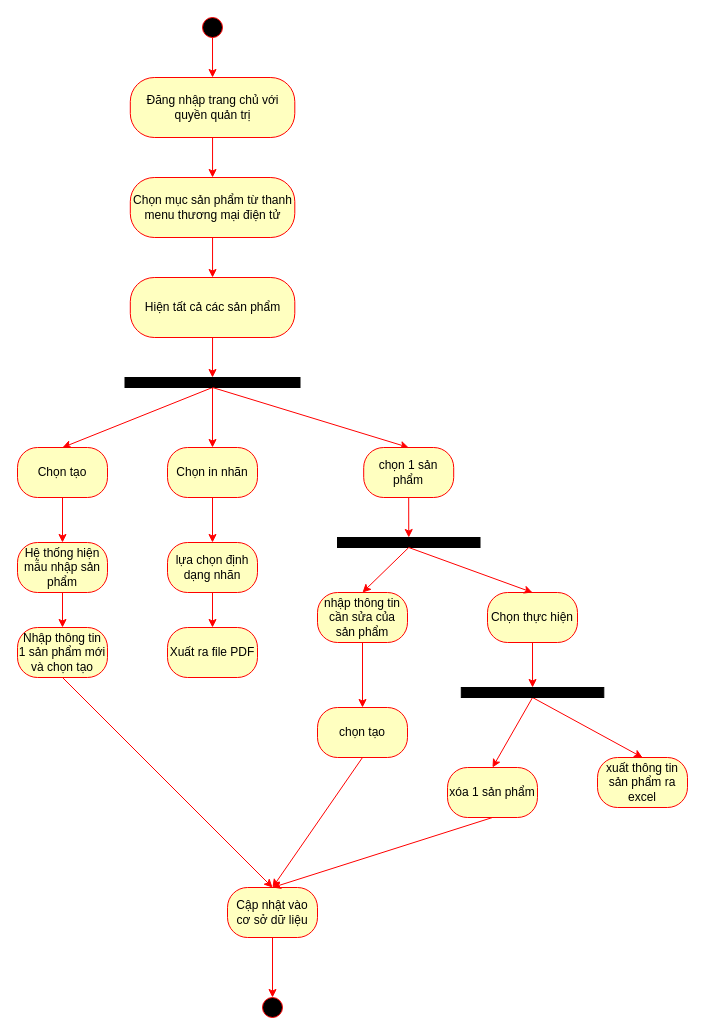
The draw.io diagram Nam3_HK1/CNPM_SoftTech/Activity Diagrams/Quân Huỳnh/AD_QuảnLýSảnPhẩm.drawio in EdgarIgnite16/SGU-Course, before the edit. Source tidied: cells renumbered, new cells numbered last; positions are measured from the earlier drawing's top-left corner, leaving out a move shared by most shapes. Both pictures are drawn from the tidied source at 100%, with x=0, y=0 at pixel (17, 17).
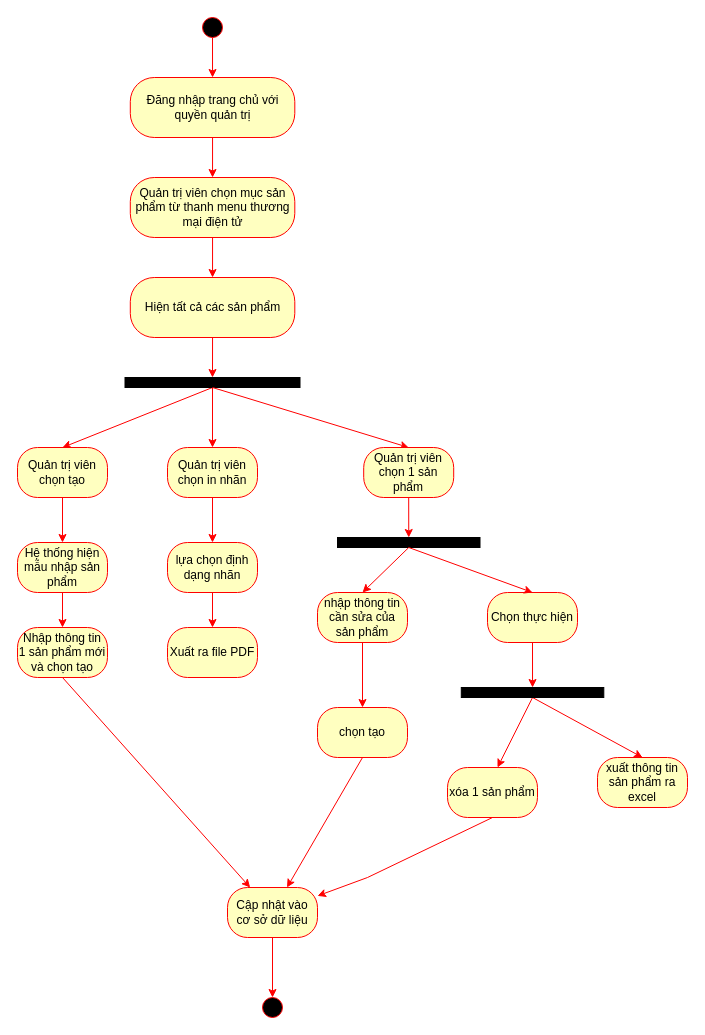
Above is the later version.

The change refers to these unchanged cells:
```xml
<mxCell id="18" value="Nhập thông tin 1 sản phẩm mới và chọn tạo" style="rounded=1;whiteSpace=wrap;html=1;arcSize=40;fontColor=#000000;fillColor=#ffffc0;strokeColor=#ff0000;" parent="1" vertex="1">
  <mxGeometry y="610" width="90" height="50" as="geometry" />
</mxCell>
<mxCell id="20" value="Cập nhật vào cơ sở dữ liệu" style="rounded=1;whiteSpace=wrap;html=1;arcSize=40;fontColor=#000000;fillColor=#ffffc0;strokeColor=#ff0000;" parent="1" vertex="1">
  <mxGeometry x="210" y="870" width="90" height="50" as="geometry" />
</mxCell>
<mxCell id="28" value="xóa 1 sản phẩm" style="rounded=1;whiteSpace=wrap;html=1;arcSize=40;fontColor=#000000;fillColor=#ffffc0;strokeColor=#ff0000;" parent="1" vertex="1">
  <mxGeometry x="430" y="750" width="90" height="50" as="geometry" />
</mxCell>
<mxCell id="32" style="rounded=0;whiteSpace=wrap;html=1;strokeColor=#000000;fontSize=10;fillColor=#000000;" parent="1" vertex="1">
  <mxGeometry x="443.8" y="670" width="142.5" height="10" as="geometry" />
</mxCell>
<mxCell id="41" value="chọn tạo" style="rounded=1;whiteSpace=wrap;html=1;arcSize=40;fontColor=#000000;fillColor=#ffffc0;strokeColor=#ff0000;" parent="1" vertex="1">
  <mxGeometry x="300" y="690" width="90" height="50" as="geometry" />
</mxCell>
```

Diff of the diagram source:
```diff
@@
-    <mxCell id="6" value="Chọn mục sản phẩm từ thanh menu thương mại điện tử" style="rounded=1;whiteSpace=wrap;html=1;arcSize=40;fontColor=#000000;fillColor=#ffffc0;strokeColor=#ff0000;" parent="1" vertex="1">
+    <mxCell id="6" value="Quản trị viên chọn mục sản phẩm từ thanh menu thương mại điện tử" style="rounded=1;whiteSpace=wrap;html=1;arcSize=40;fontColor=#000000;fillColor=#ffffc0;strokeColor=#ff0000;" parent="1" vertex="1">
       <mxGeometry x="112.8" y="160" width="164.5" height="60" as="geometry" />
     </mxCell>
@@
-    <mxCell id="11" value="Chọn tạo" style="rounded=1;whiteSpace=wrap;html=1;arcSize=40;fontColor=#000000;fillColor=#ffffc0;strokeColor=#ff0000;" parent="1" vertex="1">
+    <mxCell id="11" value="Quản trị viên chọn tạo" style="rounded=1;whiteSpace=wrap;html=1;arcSize=40;fontColor=#000000;fillColor=#ffffc0;strokeColor=#ff0000;" parent="1" vertex="1">
       <mxGeometry y="430" width="90" height="50" as="geometry" />
     </mxCell>
-    <mxCell id="12" value="Chọn in nhãn" style="rounded=1;whiteSpace=wrap;html=1;arcSize=40;fontColor=#000000;fillColor=#ffffc0;strokeColor=#ff0000;" parent="1" vertex="1">
+    <mxCell id="12" value="Quản trị viên chọn in nhãn" style="rounded=1;whiteSpace=wrap;html=1;arcSize=40;fontColor=#000000;fillColor=#ffffc0;strokeColor=#ff0000;" parent="1" vertex="1">
       <mxGeometry x="150" y="430" width="90" height="50" as="geometry" />
     </mxCell>
@@
-    <mxCell id="19" style="endArrow=classic;html=1;rounded=0;strokeColor=#FF0000;fontSize=10;exitX=0.5;exitY=1;exitDx=0;exitDy=0;entryX=0.5;entryY=0;entryDx=0;entryDy=0;" parent="1" edge="1" source="18" target="20">
+    <mxCell id="19" style="endArrow=classic;html=1;rounded=0;strokeColor=#FF0000;fontSize=10;exitX=0.5;exitY=1;exitDx=0;exitDy=0;" parent="1" edge="1" source="18" target="20">
       <mxGeometry relative="1" as="geometry" />
     </mxCell>
@@
-    <mxCell id="26" style="endArrow=classic;html=1;rounded=0;strokeColor=#FF0000;fontSize=10;exitX=0.5;exitY=1;exitDx=0;exitDy=0;entryX=0.5;entryY=0;entryDx=0;entryDy=0;" parent="1" edge="1" source="32" target="28">
-      <mxGeometry relative="1" as="geometry" />
+    <mxCell id="26" style="endArrow=classic;html=1;rounded=0;strokeColor=#FF0000;fontSize=10;exitX=0.5;exitY=1;exitDx=0;exitDy=0;" parent="1" edge="1" source="32">
+      <mxGeometry relative="1" as="geometry">
+        <mxPoint x="480" y="750" as="targetPoint" />
+      </mxGeometry>
     </mxCell>
@@
-    <mxCell id="30" style="endArrow=classic;html=1;rounded=0;strokeColor=#FF0000;fontSize=10;exitX=0.5;exitY=1;exitDx=0;exitDy=0;entryX=0.5;entryY=0;entryDx=0;entryDy=0;" parent="1" edge="1" source="28" target="20">
-      <mxGeometry relative="1" as="geometry" />
+    <mxCell id="30" style="endArrow=classic;html=1;rounded=0;strokeColor=#FF0000;fontSize=10;exitX=0.5;exitY=1;exitDx=0;exitDy=0;" parent="1" edge="1" source="28" target="20">
+      <mxGeometry relative="1" as="geometry">
+        <Array as="points">
+          <mxPoint x="350" y="860" />
+        </Array>
+      </mxGeometry>
     </mxCell>
@@
-    <mxCell id="34" value="chọn 1 sản phẩm" style="rounded=1;whiteSpace=wrap;html=1;arcSize=40;fontColor=#000000;fillColor=#ffffc0;strokeColor=#ff0000;" parent="1" vertex="1">
+    <mxCell id="34" value="Quản trị viên chọn 1 sản phẩm" style="rounded=1;whiteSpace=wrap;html=1;arcSize=40;fontColor=#000000;fillColor=#ffffc0;strokeColor=#ff0000;" parent="1" vertex="1">
       <mxGeometry x="346.2" y="430" width="90" height="50" as="geometry" />
     </mxCell>
@@
-    <mxCell id="42" style="endArrow=classic;html=1;rounded=0;strokeColor=#FF0000;fontSize=10;exitX=0.5;exitY=1;exitDx=0;exitDy=0;entryX=0.5;entryY=0;entryDx=0;entryDy=0;" parent="1" edge="1" source="41" target="20">
+    <mxCell id="42" style="endArrow=classic;html=1;rounded=0;strokeColor=#FF0000;fontSize=10;exitX=0.5;exitY=1;exitDx=0;exitDy=0;" parent="1" edge="1" source="41" target="20">
       <mxGeometry relative="1" as="geometry" />
     </mxCell>
```
